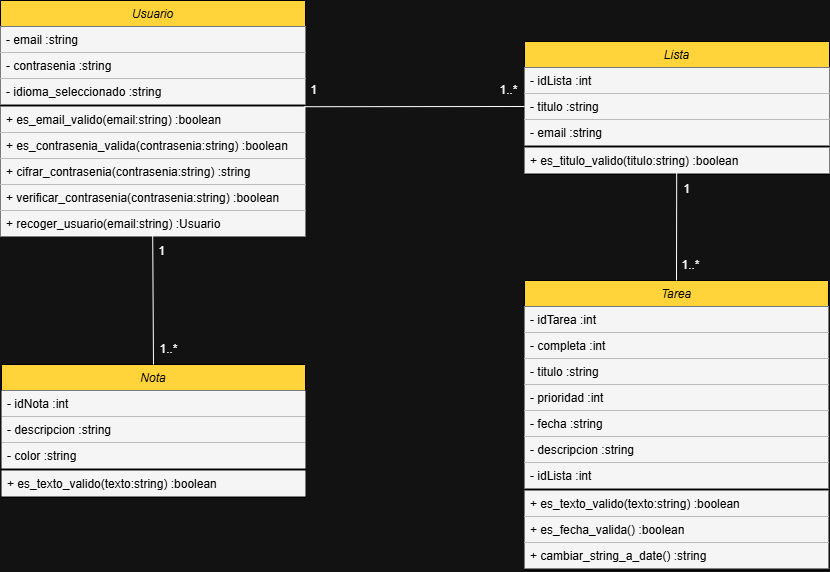
Earlier version of the draw.io export ProyectoFinal/Documentación/Diagrama_Clases_TareApp.png (FranciscoRodBel/Disenio_interfaces). Source tidied: cells renumbered, new cells last; positions are measured from the earlier drawing's top-left corner, leaving out a move shared by most shapes.
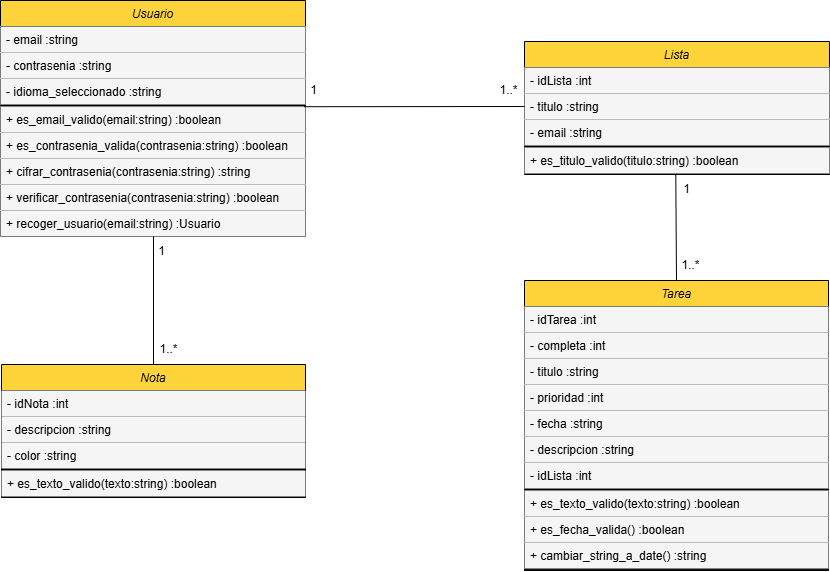
After the change.

Commit message:
diagrama de flujo terminado y diagrama de clases cambio de diseño

What changed in the source:
```diff
@@ -1,4 +1,4 @@
-<mxGraphModel background="#ffffff">
+<mxGraphModel background="light-dark(#FFFFFF,#FFFFFF)">
   <root>
     <mxCell id="0" />
     <mxCell id="1" parent="0" />
@@ -104,31 +104,34 @@
     <mxCell id="35" value="+ es_texto_valido(texto:string) :boolean" style="text;align=left;verticalAlign=top;spacingLeft=4;spacingRight=4;overflow=hidden;fillColor=light-dark(#000000,#F5F5F5);fontColor=light-dark(#000000,#000000);" parent="30" vertex="1">
       <mxGeometry y="106" width="304" height="26" as="geometry" />
     </mxCell>
-    <mxCell id="36" style="endArrow=none;html=1;rounded=0;exitX=0.5;exitY=0;exitDx=0;exitDy=0;entryX=0.499;entryY=0.9;entryDx=0;entryDy=0;entryPerimeter=0;" parent="1" edge="1" source="30" target="11">
+    <mxCell id="36" style="endArrow=none;html=1;rounded=0;exitX=0.5;exitY=0;exitDx=0;exitDy=0;strokeColor=light-dark(#000000,#000000);fontColor=light-dark(#000000,#000000);entryX=0;entryY=0;entryDx=0;entryDy=0;" parent="1" edge="1" source="30" target="37">
       <mxGeometry relative="1" as="geometry" />
     </mxCell>
+    <mxCell id="45" style="edgeStyle=orthogonalEdgeStyle;rounded=0;jettySize=auto;html=1;" parent="1" edge="1" source="37" target="38">
+      <mxGeometry relative="1" as="geometry" />
+    </mxCell>
-    <mxCell id="37" value="1" style="text;html=1;align=center;verticalAlign=middle;whiteSpace=wrap;rounded=0;" parent="1" vertex="1">
+    <mxCell id="37" value="1" style="text;html=1;align=center;verticalAlign=middle;whiteSpace=wrap;rounded=0;strokeColor=none;fontColor=light-dark(#000000,#000000);" parent="1" vertex="1">
       <mxGeometry x="153" y="236" width="17" height="30" as="geometry" />
     </mxCell>
-    <mxCell id="38" value="1..*" style="text;html=1;align=center;verticalAlign=middle;whiteSpace=wrap;rounded=0;" parent="1" vertex="1">
+    <mxCell id="38" value="1..*" style="text;html=1;align=center;verticalAlign=middle;whiteSpace=wrap;rounded=0;strokeColor=none;fontColor=light-dark(#000000,#000000);" parent="1" vertex="1">
       <mxGeometry x="153" y="334" width="31" height="30" as="geometry" />
     </mxCell>
-    <mxCell id="39" style="endArrow=none;html=1;rounded=0;exitX=0.995;exitY=1.085;exitDx=0;exitDy=0;entryX=0;entryY=0.5;entryDx=0;entryDy=0;exitPerimeter=0;" parent="1" edge="1" source="5" target="26">
+    <mxCell id="39" style="endArrow=none;html=1;rounded=0;exitX=0.995;exitY=1.085;exitDx=0;exitDy=0;entryX=0;entryY=0.5;entryDx=0;entryDy=0;exitPerimeter=0;strokeColor=light-dark(#000000,#000000);fontColor=light-dark(#000000,#000000);" parent="1" edge="1" source="5" target="26">
       <mxGeometry relative="1" as="geometry" />
     </mxCell>
-    <mxCell id="40" value="1..*" style="text;html=1;align=center;verticalAlign=middle;whiteSpace=wrap;rounded=0;" parent="1" vertex="1">
+    <mxCell id="40" value="1..*" style="text;html=1;align=center;verticalAlign=middle;whiteSpace=wrap;rounded=0;strokeColor=none;fontColor=light-dark(#000000,#000000);" parent="1" vertex="1">
       <mxGeometry x="493" y="75" width="31" height="30" as="geometry" />
     </mxCell>
-    <mxCell id="41" value="1" style="text;html=1;align=center;verticalAlign=middle;whiteSpace=wrap;rounded=0;" parent="1" vertex="1">
+    <mxCell id="41" value="1" style="text;html=1;align=center;verticalAlign=middle;whiteSpace=wrap;rounded=0;strokeColor=none;fontColor=light-dark(#000000,#000000);" parent="1" vertex="1">
       <mxGeometry x="305" y="75" width="17" height="30" as="geometry" />
     </mxCell>
-    <mxCell id="42" style="endArrow=none;html=1;rounded=0;exitX=0.5;exitY=0;exitDx=0;exitDy=0;entryX=0.499;entryY=0.923;entryDx=0;entryDy=0;entryPerimeter=0;" parent="1" edge="1" source="12" target="29">
+    <mxCell id="42" style="endArrow=none;html=1;rounded=0;exitX=0.5;exitY=0;exitDx=0;exitDy=0;strokeColor=light-dark(#000000,#000000);fontColor=light-dark(#000000,#000000);entryX=0.496;entryY=1.015;entryDx=0;entryDy=0;entryPerimeter=0;" parent="1" edge="1" source="12" target="29">
       <mxGeometry relative="1" as="geometry" />
     </mxCell>
-    <mxCell id="43" value="1" style="text;html=1;align=center;verticalAlign=middle;whiteSpace=wrap;rounded=0;" parent="1" vertex="1">
+    <mxCell id="43" value="1" style="text;html=1;align=center;verticalAlign=middle;whiteSpace=wrap;rounded=0;strokeColor=none;fontColor=light-dark(#000000,#000000);" parent="1" vertex="1">
       <mxGeometry x="678" y="174" width="17" height="30" as="geometry" />
     </mxCell>
-    <mxCell id="44" value="1..*" style="text;html=1;align=center;verticalAlign=middle;whiteSpace=wrap;rounded=0;" parent="1" vertex="1">
+    <mxCell id="44" value="1..*" style="text;html=1;align=center;verticalAlign=middle;whiteSpace=wrap;rounded=0;strokeColor=none;fontColor=light-dark(#000000,#000000);" parent="1" vertex="1">
       <mxGeometry x="675" y="250" width="31" height="30" as="geometry" />
     </mxCell>
   </root>
```
